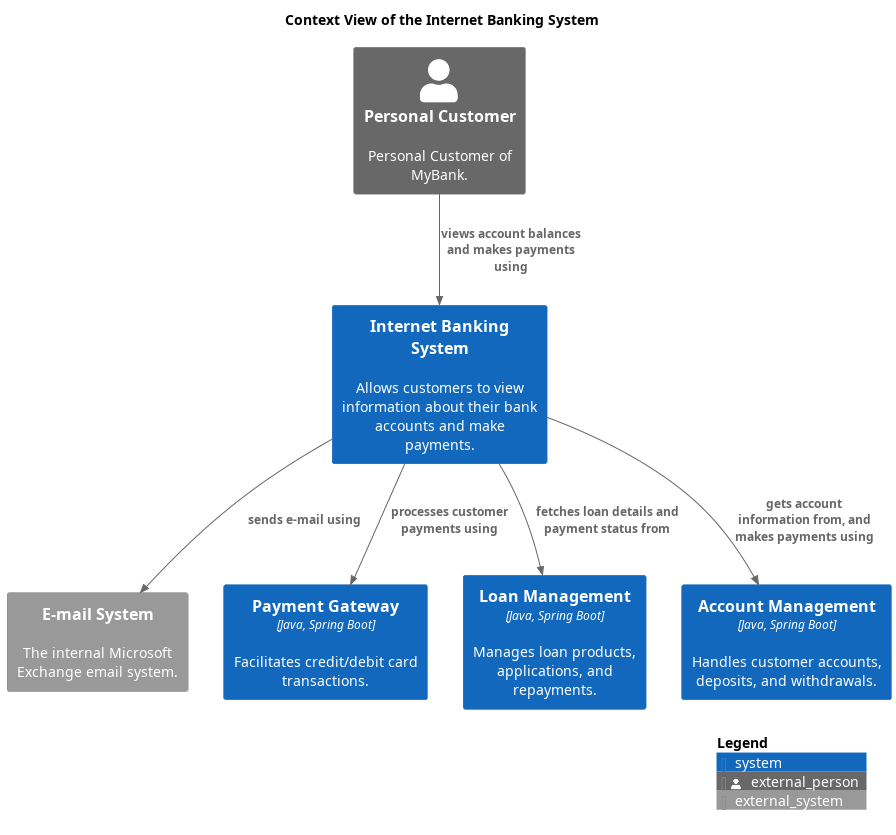
This is docs/mybank/digital-banking/internet-banking-system/context-view.png from soulspace-org/my-bank-model, a PlantUML export, as it was before one commit.
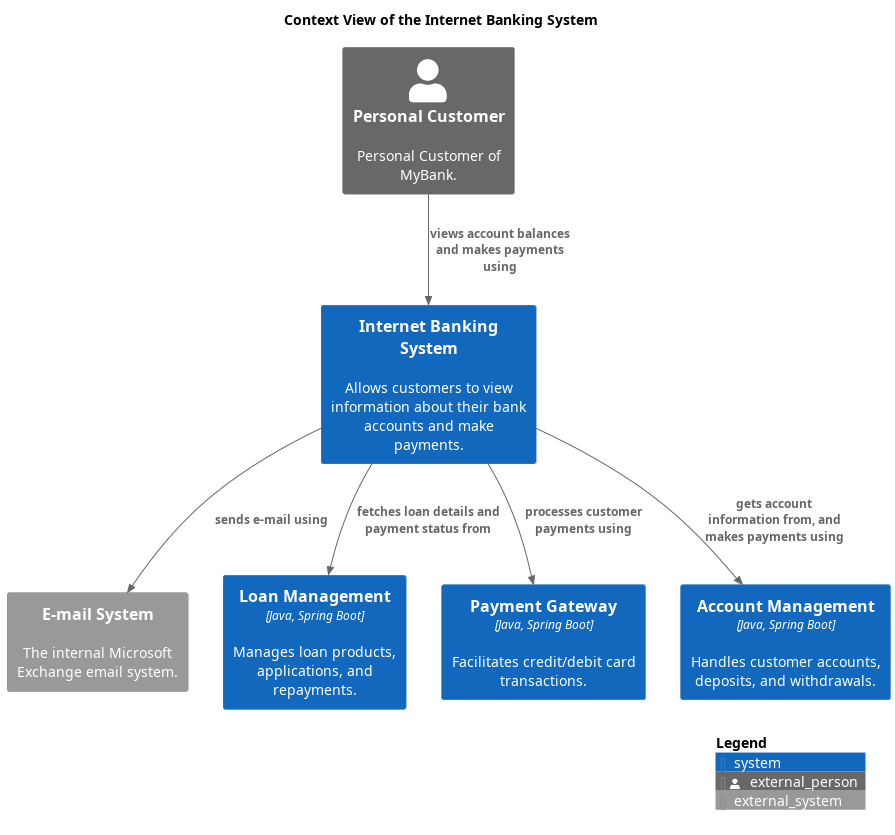
The same file after the commit.

The edit, as a diff of the source:
```diff
@@ -14,10 +14,10 @@
 
 title Context View of the Internet Banking System
 System_Ext(mybank_emailSystem, "E-mail System", $descr="The internal Microsoft Exchange email system.")
+System(mybank_coreBanking_loanManagementSystem, "Loan Management", $descr="Manages loan products, applications, and repayments.", $type="Java, Spring Boot")
 System(mybank_digitalBanking_internetBankingSystem_internetBankingSystem, "Internet Banking System", $descr="Allows customers to view information about their bank accounts and make payments.")
 Person_Ext(mybank_personalCustomer, "Personal Customer", $descr="Personal Customer of MyBank.")
 System(mybank_payment_paymentGatewaySystem, "Payment Gateway", $descr="Facilitates credit/debit card transactions.", $type="Java, Spring Boot")
-System(mybank_coreBanking_loanManagementSystem, "Loan Management", $descr="Manages loan products, applications, and repayments.", $type="Java, Spring Boot")
 System(mybank_coreBanking_accountManagementSystem, "Account Management", $descr="Handles customer accounts, deposits, and withdrawals.", $type="Java, Spring Boot")
 Rel(mybank_digitalBanking_internetBankingSystem_internetBankingSystem, mybank_emailSystem, "sends e-mail using")
 Rel(mybank_digitalBanking_internetBankingSystem_internetBankingSystem, mybank_coreBanking_loanManagementSystem, "fetches loan details and payment status from")
```
